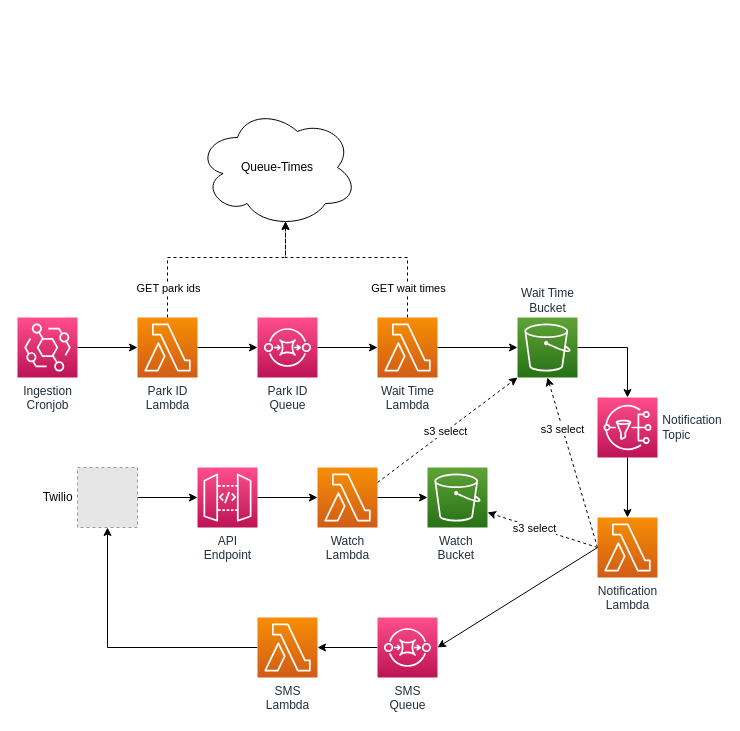
Earlier version of the draw.io diagram docs/chaindog.drawio (caseyjohnsonwv/chaindog). Source tidied: cells renumbered, new cells numbered last; positions are measured from the earlier drawing's top-left corner, leaving out a move shared by most shapes. Both pictures are drawn from the tidied source at 100%, with x=0, y=0 at pixel (17, 107). Pictures stored in the file or linked from it are replaced by grey dashed boxes.
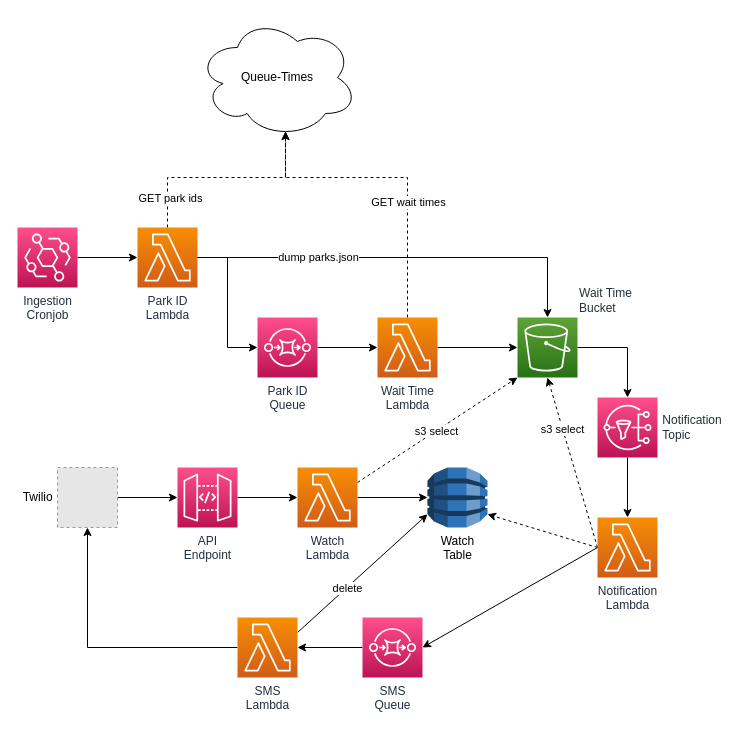
The same page after the edit.

Commit message (it also covers changes not shown here):
include dynamo db in architecture + introduce notfication lambda

Unchanged cells that the change refers to:
```xml
<mxCell id="18" value="Wait Time&lt;br&gt;Lambda" style="sketch=0;points=[[0,0,0],[0.25,0,0],[0.5,0,0],[0.75,0,0],[1,0,0],[0,1,0],[0.25,1,0],[0.5,1,0],[0.75,1,0],[1,1,0],[0,0.25,0],[0,0.5,0],[0,0.75,0],[1,0.25,0],[1,0.5,0],[1,0.75,0]];outlineConnect=0;fontColor=#232F3E;gradientColor=#F78E04;gradientDirection=north;fillColor=#D05C17;strokeColor=#ffffff;dashed=0;verticalLabelPosition=bottom;verticalAlign=top;align=center;html=1;fontSize=12;fontStyle=0;shape=mxgraph.aws4.resourceIcon;resIcon=mxgraph.aws4.lambda;" parent="1" vertex="1">
  <mxGeometry x="360" y="210" width="60" height="60" as="geometry" />
</mxCell>
<mxCell id="28" value="Notification&lt;br&gt;Lambda" style="sketch=0;points=[[0,0,0],[0.25,0,0],[0.5,0,0],[0.75,0,0],[1,0,0],[0,1,0],[0.25,1,0],[0.5,1,0],[0.75,1,0],[1,1,0],[0,0.25,0],[0,0.5,0],[0,0.75,0],[1,0.25,0],[1,0.5,0],[1,0.75,0]];outlineConnect=0;fontColor=#232F3E;gradientColor=#F78E04;gradientDirection=north;fillColor=#D05C17;strokeColor=#ffffff;dashed=0;verticalLabelPosition=bottom;verticalAlign=top;align=center;html=1;fontSize=12;fontStyle=0;shape=mxgraph.aws4.resourceIcon;resIcon=mxgraph.aws4.lambda;labelPosition=center;" parent="1" vertex="1">
  <mxGeometry x="580" y="410" width="60" height="60" as="geometry" />
</mxCell>
```

Diff of the diagram source:
```diff
@@
     <mxCell id="2" value="Queue-Times" style="ellipse;shape=cloud;whiteSpace=wrap;html=1;" parent="1" vertex="1">
-      <mxGeometry x="180" width="160" height="120" as="geometry" />
+      <mxGeometry x="180" y="-90" width="160" height="120" as="geometry" />
     </mxCell>
@@
-    <mxCell id="4" value="Wait Time&lt;br&gt;Bucket" style="sketch=0;points=[[0,0,0],[0.25,0,0],[0.5,0,0],[0.75,0,0],[1,0,0],[0,1,0],[0.25,1,0],[0.5,1,0],[0.75,1,0],[1,1,0],[0,0.25,0],[0,0.5,0],[0,0.75,0],[1,0.25,0],[1,0.5,0],[1,0.75,0]];outlineConnect=0;fontColor=#232F3E;gradientColor=#60A337;gradientDirection=north;fillColor=#277116;strokeColor=#ffffff;dashed=0;verticalLabelPosition=top;verticalAlign=bottom;align=center;html=1;fontSize=12;fontStyle=0;shape=mxgraph.aws4.resourceIcon;resIcon=mxgraph.aws4.s3;labelPosition=center;" parent="1" vertex="1">
+    <mxCell id="4" value="Wait Time&lt;br&gt;Bucket" style="sketch=0;points=[[0,0,0],[0.25,0,0],[0.5,0,0],[0.75,0,0],[1,0,0],[0,1,0],[0.25,1,0],[0.5,1,0],[0.75,1,0],[1,1,0],[0,0.25,0],[0,0.5,0],[0,0.75,0],[1,0.25,0],[1,0.5,0],[1,0.75,0]];outlineConnect=0;fontColor=#232F3E;gradientColor=#60A337;gradientDirection=north;fillColor=#277116;strokeColor=#ffffff;dashed=0;verticalLabelPosition=top;verticalAlign=bottom;align=left;html=1;fontSize=12;fontStyle=0;shape=mxgraph.aws4.resourceIcon;resIcon=mxgraph.aws4.s3;labelPosition=right;" parent="1" vertex="1">
       <mxGeometry x="500" y="210" width="60" height="60" as="geometry" />
     </mxCell>
@@
     <mxCell id="6" value="Ingestion&lt;br&gt;Cronjob" style="sketch=0;points=[[0,0,0],[0.25,0,0],[0.5,0,0],[0.75,0,0],[1,0,0],[0,1,0],[0.25,1,0],[0.5,1,0],[0.75,1,0],[1,1,0],[0,0.25,0],[0,0.5,0],[0,0.75,0],[1,0.25,0],[1,0.5,0],[1,0.75,0]];outlineConnect=0;fontColor=#232F3E;gradientColor=#FF4F8B;gradientDirection=north;fillColor=#BC1356;strokeColor=#ffffff;dashed=0;verticalLabelPosition=bottom;verticalAlign=top;align=center;html=1;fontSize=12;fontStyle=0;shape=mxgraph.aws4.resourceIcon;resIcon=mxgraph.aws4.eventbridge;" parent="1" vertex="1">
-      <mxGeometry y="210" width="60" height="60" as="geometry" />
+      <mxGeometry y="120" width="60" height="60" as="geometry" />
     </mxCell>
@@
     <mxCell id="8" value="API&lt;br&gt;Endpoint" style="sketch=0;points=[[0,0,0],[0.25,0,0],[0.5,0,0],[0.75,0,0],[1,0,0],[0,1,0],[0.25,1,0],[0.5,1,0],[0.75,1,0],[1,1,0],[0,0.25,0],[0,0.5,0],[0,0.75,0],[1,0.25,0],[1,0.5,0],[1,0.75,0]];outlineConnect=0;fontColor=#232F3E;gradientColor=#FF4F8B;gradientDirection=north;fillColor=#BC1356;strokeColor=#ffffff;dashed=0;verticalLabelPosition=bottom;verticalAlign=top;align=center;html=1;fontSize=12;fontStyle=0;shape=mxgraph.aws4.resourceIcon;resIcon=mxgraph.aws4.api_gateway;" parent="1" vertex="1">
-      <mxGeometry x="180" y="360" width="60" height="60" as="geometry" />
+      <mxGeometry x="160" y="360" width="60" height="60" as="geometry" />
     </mxCell>
-    <mxCell id="9" style="edgeStyle=orthogonalEdgeStyle;rounded=0;jettySize=auto;html=1;exitX=1;exitY=0.5;exitDx=0;exitDy=0;exitPerimeter=0;entryX=0;entryY=0.5;entryDx=0;entryDy=0;entryPerimeter=0;startArrow=none;startFill=0;" parent="1" edge="1" source="34" target="31">
+    <mxCell id="9" style="edgeStyle=orthogonalEdgeStyle;rounded=0;jettySize=auto;html=1;exitX=1;exitY=0.5;exitDx=0;exitDy=0;exitPerimeter=0;entryX=0;entryY=0.5;entryDx=0;entryDy=0;entryPerimeter=0;startArrow=none;startFill=0;" parent="1" edge="1" source="34" target="43">
       <mxGeometry relative="1" as="geometry" />
     </mxCell>
@@
     <mxCell id="11" style="rounded=0;jettySize=auto;html=1;exitX=0.5;exitY=0;exitDx=0;exitDy=0;exitPerimeter=0;entryX=0.55;entryY=0.95;entryDx=0;entryDy=0;entryPerimeter=0;dashed=1;edgeStyle=orthogonalEdgeStyle;" parent="1" edge="1" source="13" target="2">
       <mxGeometry relative="1" as="geometry">
         <Array as="points">
-          <mxPoint x="150" y="150" />
-          <mxPoint x="268" y="150" />
+          <mxPoint x="150" y="70" />
+          <mxPoint x="268" y="70" />
         </Array>
       </mxGeometry>
     </mxCell>
     <mxCell id="12" value="GET park ids" style="edgeLabel;html=1;align=center;verticalAlign=middle;" parent="11" vertex="1">
       <mxGeometry x="-0.19" y="1" relative="1" as="geometry">
-        <mxPoint x="-27" y="31" as="offset" />
+        <mxPoint x="-35" y="21" as="offset" />
       </mxGeometry>
     </mxCell>
     <mxCell id="13" value="Park ID&lt;br&gt;Lambda" style="sketch=0;points=[[0,0,0],[0.25,0,0],[0.5,0,0],[0.75,0,0],[1,0,0],[0,1,0],[0.25,1,0],[0.5,1,0],[0.75,1,0],[1,1,0],[0,0.25,0],[0,0.5,0],[0,0.75,0],[1,0.25,0],[1,0.5,0],[1,0.75,0]];outlineConnect=0;fontColor=#232F3E;gradientColor=#F78E04;gradientDirection=north;fillColor=#D05C17;strokeColor=#ffffff;dashed=0;verticalLabelPosition=bottom;verticalAlign=top;align=center;html=1;fontSize=12;fontStyle=0;shape=mxgraph.aws4.resourceIcon;resIcon=mxgraph.aws4.lambda;" parent="1" vertex="1">
-      <mxGeometry x="120" y="210" width="60" height="60" as="geometry" />
+      <mxGeometry x="120" y="120" width="60" height="60" as="geometry" />
     </mxCell>
@@
     <mxCell id="16" style="rounded=0;jettySize=auto;html=1;exitX=0.5;exitY=0;exitDx=0;exitDy=0;exitPerimeter=0;entryX=0.55;entryY=0.95;entryDx=0;entryDy=0;entryPerimeter=0;dashed=1;edgeStyle=orthogonalEdgeStyle;" parent="1" edge="1" source="18" target="2">
       <mxGeometry relative="1" as="geometry">
         <Array as="points">
-          <mxPoint x="390" y="150" />
-          <mxPoint x="268" y="150" />
+          <mxPoint x="390" y="70" />
+          <mxPoint x="268" y="70" />
         </Array>
       </mxGeometry>
     </mxCell>
     <mxCell id="17" value="GET wait times" style="edgeLabel;html=1;align=center;verticalAlign=middle;" parent="16" vertex="1">
       <mxGeometry x="-0.6" y="2" relative="1" as="geometry">
-        <mxPoint x="2" y="14" as="offset" />
+        <mxPoint x="2" y="-54" as="offset" />
       </mxGeometry>
     </mxCell>
@@
     <mxCell id="20" value="Twilio&amp;nbsp;" style="fillColor=#E6E6E6;strokeColor=#999999;dashed=1;html=1;verticalAlign=middle;verticalLabelPosition=middle;labelBackgroundColor=#ffffff;labelPosition=left;align=right;" parent="1" vertex="1">
-      <mxGeometry x="60" y="360" width="60" height="60" as="geometry" />
+      <mxGeometry x="40" y="360" width="60" height="60" as="geometry" />
     </mxCell>
@@
-    <mxCell id="23" style="edgeStyle=none;rounded=0;jettySize=auto;html=1;exitX=0;exitY=0.5;exitDx=0;exitDy=0;exitPerimeter=0;entryX=1;entryY=0.75;entryDx=0;entryDy=0;entryPerimeter=0;dashed=1;" parent="1" edge="1" source="28" target="31">
+    <mxCell id="23" style="edgeStyle=none;rounded=0;jettySize=auto;html=1;exitX=0;exitY=0.5;exitDx=0;exitDy=0;exitPerimeter=0;entryX=1;entryY=0.78;entryDx=0;entryDy=0;entryPerimeter=0;dashed=1;" parent="1" edge="1" source="28" target="43">
       <mxGeometry relative="1" as="geometry" />
     </mxCell>
-    <mxCell id="24" value="s3 select" style="edgeLabel;html=1;align=center;verticalAlign=middle;" parent="23" vertex="1">
-      <mxGeometry x="0.5" y="4" relative="1" as="geometry">
-        <mxPoint x="21" y="3" as="offset" />
-      </mxGeometry>
-    </mxCell>
@@
-    <mxCell id="31" value="Watch&amp;nbsp;&lt;br&gt;Bucket&amp;nbsp;" style="sketch=0;points=[[0,0,0],[0.25,0,0],[0.5,0,0],[0.75,0,0],[1,0,0],[0,1,0],[0.25,1,0],[0.5,1,0],[0.75,1,0],[1,1,0],[0,0.25,0],[0,0.5,0],[0,0.75,0],[1,0.25,0],[1,0.5,0],[1,0.75,0]];outlineConnect=0;fontColor=#232F3E;gradientColor=#60A337;gradientDirection=north;fillColor=#277116;strokeColor=#ffffff;dashed=0;verticalLabelPosition=bottom;verticalAlign=top;align=center;html=1;fontSize=12;fontStyle=0;shape=mxgraph.aws4.resourceIcon;resIcon=mxgraph.aws4.s3;labelPosition=center;" parent="1" vertex="1">
-      <mxGeometry x="410" y="360" width="60" height="60" as="geometry" />
-    </mxCell>
@@
     <mxCell id="34" value="Watch&lt;br&gt;Lambda" style="sketch=0;points=[[0,0,0],[0.25,0,0],[0.5,0,0],[0.75,0,0],[1,0,0],[0,1,0],[0.25,1,0],[0.5,1,0],[0.75,1,0],[1,1,0],[0,0.25,0],[0,0.5,0],[0,0.75,0],[1,0.25,0],[1,0.5,0],[1,0.75,0]];outlineConnect=0;fontColor=#232F3E;gradientColor=#F78E04;gradientDirection=north;fillColor=#D05C17;strokeColor=#ffffff;dashed=0;verticalLabelPosition=bottom;verticalAlign=top;align=center;html=1;fontSize=12;fontStyle=0;shape=mxgraph.aws4.resourceIcon;resIcon=mxgraph.aws4.lambda;" parent="1" vertex="1">
-      <mxGeometry x="300" y="360" width="60" height="60" as="geometry" />
+      <mxGeometry x="280" y="360" width="60" height="60" as="geometry" />
     </mxCell>
@@
     <mxCell id="36" value="SMS&lt;br&gt;Queue" style="sketch=0;points=[[0,0,0],[0.25,0,0],[0.5,0,0],[0.75,0,0],[1,0,0],[0,1,0],[0.25,1,0],[0.5,1,0],[0.75,1,0],[1,1,0],[0,0.25,0],[0,0.5,0],[0,0.75,0],[1,0.25,0],[1,0.5,0],[1,0.75,0]];outlineConnect=0;fontColor=#232F3E;gradientColor=#FF4F8B;gradientDirection=north;fillColor=#BC1356;strokeColor=#ffffff;dashed=0;verticalLabelPosition=bottom;verticalAlign=top;align=center;html=1;fontSize=12;fontStyle=0;shape=mxgraph.aws4.resourceIcon;resIcon=mxgraph.aws4.sqs;" parent="1" vertex="1">
-      <mxGeometry x="360" y="510" width="60" height="60" as="geometry" />
+      <mxGeometry x="345" y="510" width="60" height="60" as="geometry" />
     </mxCell>
@@
+    <mxCell id="39" style="edgeStyle=none;rounded=0;jettySize=auto;html=1;exitX=1;exitY=0.25;exitDx=0;exitDy=0;exitPerimeter=0;entryX=0;entryY=0.78;entryDx=0;entryDy=0;entryPerimeter=0;" parent="1" edge="1" source="38" target="43">
+      <mxGeometry relative="1" as="geometry" />
+    </mxCell>
+    <mxCell id="40" value="delete" style="edgeLabel;html=1;align=center;verticalAlign=middle;" parent="39" vertex="1">
+      <mxGeometry x="-0.52" y="2" relative="1" as="geometry">
+        <mxPoint x="20" y="-15" as="offset" />
+      </mxGeometry>
+    </mxCell>
     <mxCell id="38" value="SMS&lt;br&gt;Lambda" style="sketch=0;points=[[0,0,0],[0.25,0,0],[0.5,0,0],[0.75,0,0],[1,0,0],[0,1,0],[0.25,1,0],[0.5,1,0],[0.75,1,0],[1,1,0],[0,0.25,0],[0,0.5,0],[0,0.75,0],[1,0.25,0],[1,0.5,0],[1,0.75,0]];outlineConnect=0;fontColor=#232F3E;gradientColor=#F78E04;gradientDirection=north;fillColor=#D05C17;strokeColor=#ffffff;dashed=0;verticalLabelPosition=bottom;verticalAlign=top;align=center;html=1;fontSize=12;fontStyle=0;shape=mxgraph.aws4.resourceIcon;resIcon=mxgraph.aws4.lambda;" parent="1" vertex="1">
-      <mxGeometry x="240" y="510" width="60" height="60" as="geometry" />
+      <mxGeometry x="220" y="510" width="60" height="60" as="geometry" />
     </mxCell>
+    <mxCell id="41" style="edgeStyle=orthogonalEdgeStyle;rounded=0;jettySize=auto;html=1;exitX=1;exitY=0.5;exitDx=0;exitDy=0;exitPerimeter=0;entryX=0.5;entryY=0;entryDx=0;entryDy=0;entryPerimeter=0;" parent="1" edge="1" source="13" target="4">
+      <mxGeometry relative="1" as="geometry">
+        <Array as="points">
+          <mxPoint x="530" y="150" />
+        </Array>
+      </mxGeometry>
+    </mxCell>
+    <mxCell id="42" value="dump parks.json" style="edgeLabel;html=1;align=center;verticalAlign=middle;" parent="41" vertex="1">
+      <mxGeometry x="-0.48" y="-1" relative="1" as="geometry">
+        <mxPoint x="13" y="-2" as="offset" />
+      </mxGeometry>
+    </mxCell>
+    <mxCell id="43" value="Watch&lt;br&gt;Table" style="outlineConnect=0;dashed=0;verticalLabelPosition=bottom;verticalAlign=top;align=center;html=1;shape=mxgraph.aws3.dynamo_db;fillColor=#2E73B8;gradientColor=none;" parent="1" vertex="1">
+      <mxGeometry x="410" y="360" width="60" height="60" as="geometry" />
+    </mxCell>
```
